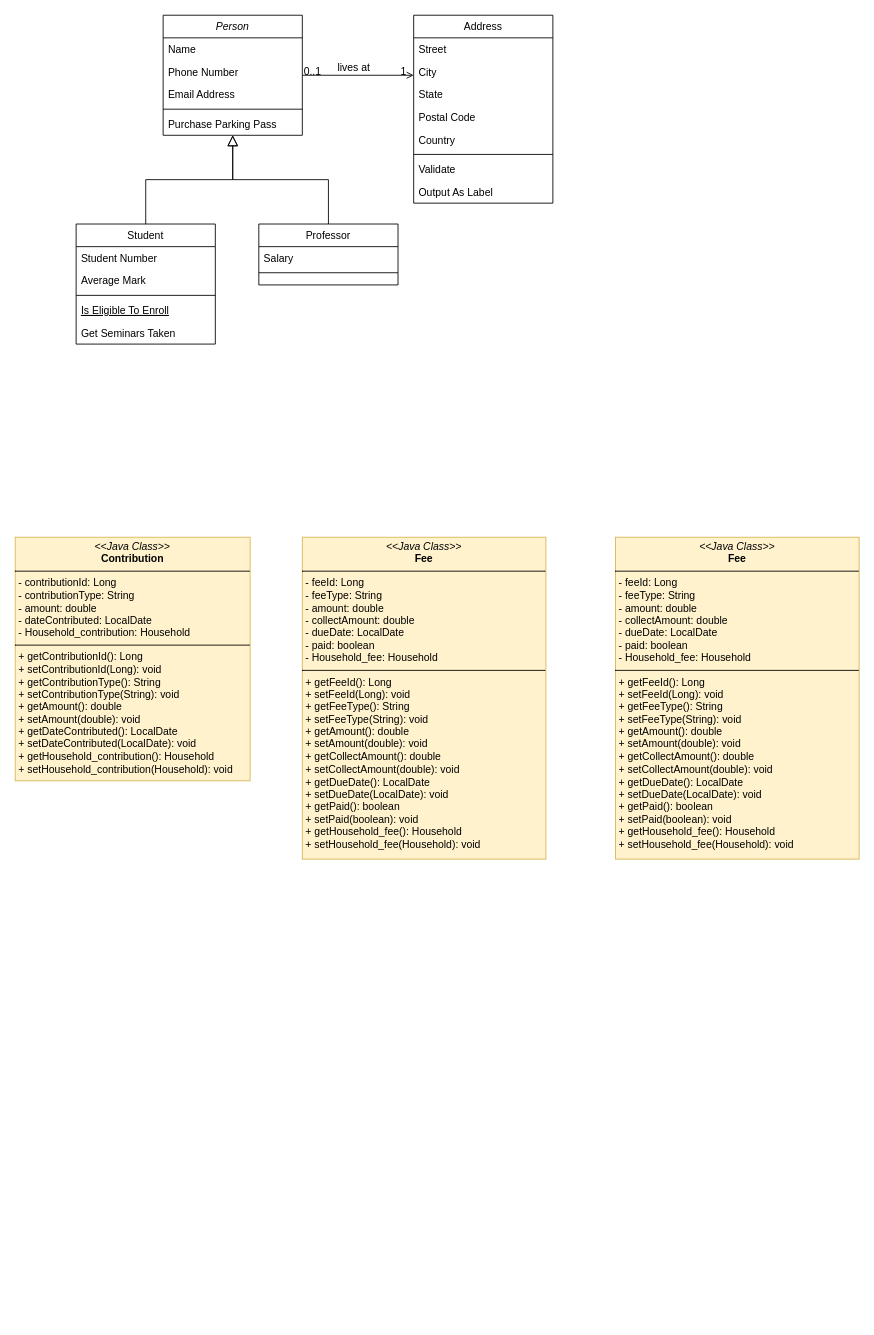
Before: classSoftware.drawio in HARKINGS/UML, a draw.io diagram. Source tidied: cells renumbered, new cells numbered last; positions are measured from the earlier drawing's top-left corner, leaving out a move shared by most shapes. Both pictures are drawn from the tidied source at 87%, with x=0, y=0 at pixel (15, 15).
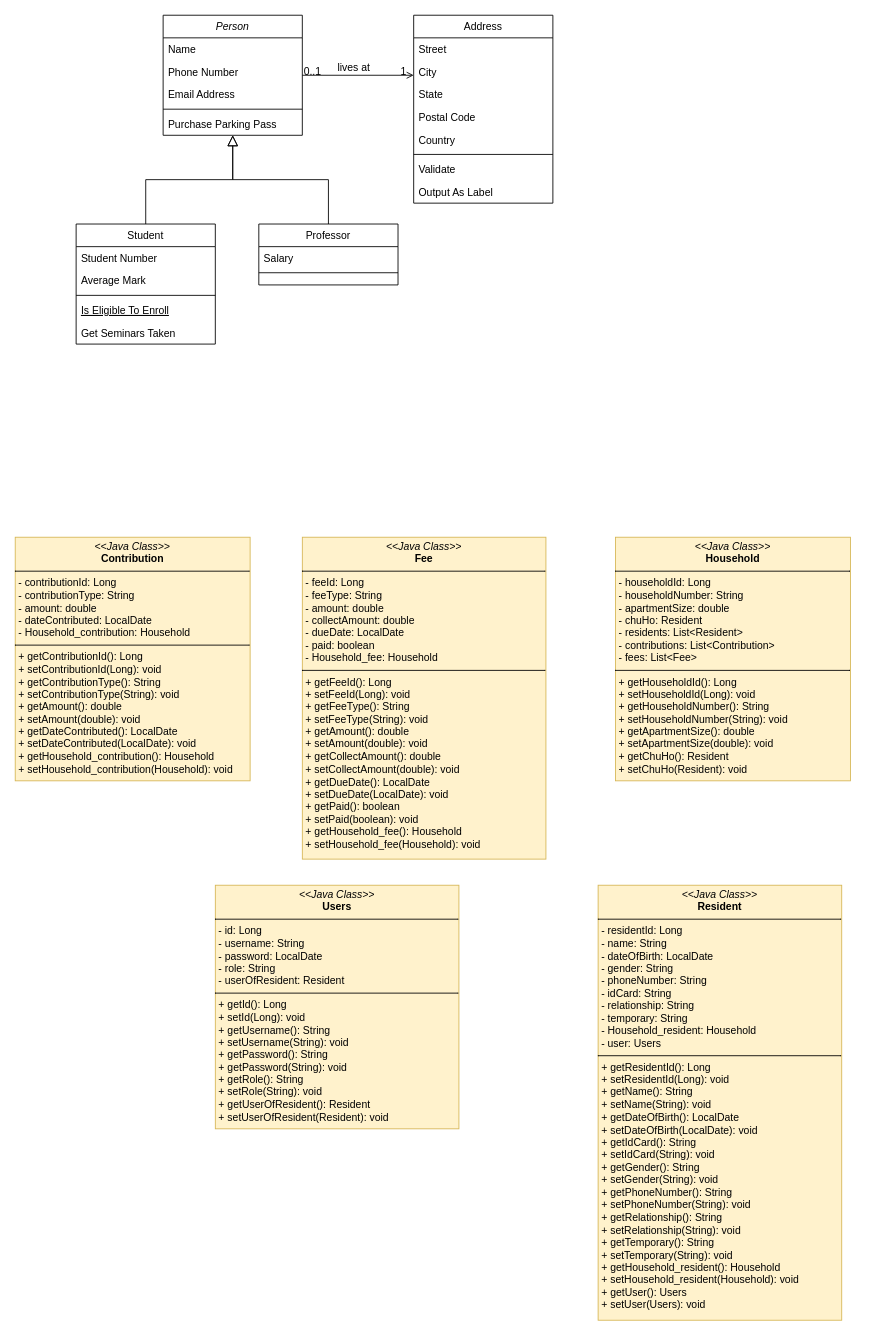
The same diagram, later.

Commit message (it also covers changes not shown here):
Cập nhật classSoftware.drawio

What changed in the source:
```diff
@@
-    <mxCell id="34" value="&lt;p style=&quot;margin:0px;margin-top:4px;text-align:center;&quot;&gt;&lt;i&gt;&amp;lt;&amp;lt;Java Class&amp;gt;&amp;gt;&lt;/i&gt;&lt;br&gt;&lt;b&gt;Fee&lt;/b&gt;&lt;/p&gt;&lt;hr size=&quot;1&quot; style=&quot;border-style:solid;&quot;&gt;&lt;p style=&quot;margin:0px;margin-left:4px;&quot;&gt;- feeId: Long&lt;br&gt;- feeType: String&lt;/p&gt;&lt;p style=&quot;margin:0px;margin-left:4px;&quot;&gt;- amount: double&lt;/p&gt;&lt;p style=&quot;margin:0px;margin-left:4px;&quot;&gt;-&amp;nbsp;collectAmount: double&lt;/p&gt;&lt;p style=&quot;margin:0px;margin-left:4px;&quot;&gt;-&amp;nbsp;dueDate: LocalDate&lt;/p&gt;&lt;p style=&quot;margin:0px;margin-left:4px;&quot;&gt;- paid: boolean&lt;/p&gt;&lt;p style=&quot;margin:0px;margin-left:4px;&quot;&gt;-&amp;nbsp;Household_fee: Household&lt;/p&gt;&lt;hr size=&quot;1&quot; style=&quot;border-style:solid;&quot;&gt;&lt;p style=&quot;margin:0px;margin-left:4px;&quot;&gt;+ getFeeId(): Long&lt;br&gt;+ setFeeId(Long): void&lt;/p&gt;&lt;p style=&quot;margin:0px;margin-left:4px;&quot;&gt;+&amp;nbsp;getFeeType(): String&lt;/p&gt;&lt;p style=&quot;margin:0px;margin-left:4px;&quot;&gt;+ setFeeType(String): void&amp;nbsp;&lt;/p&gt;&lt;p style=&quot;margin:0px;margin-left:4px;&quot;&gt;+&amp;nbsp;getAmount(): double&lt;/p&gt;&lt;p style=&quot;margin:0px;margin-left:4px;&quot;&gt;+ setAmount(double): void&lt;/p&gt;&lt;p style=&quot;margin:0px;margin-left:4px;&quot;&gt;+ getCollectAmount(): double&lt;/p&gt;&lt;p style=&quot;margin:0px;margin-left:4px;&quot;&gt;+ setCollectAmount(double): void&lt;/p&gt;&lt;p style=&quot;margin:0px;margin-left:4px;&quot;&gt;+&amp;nbsp;getDueDate(): LocalDate&lt;/p&gt;&lt;p style=&quot;margin:0px;margin-left:4px;&quot;&gt;+ setDueDate(LocalDate): void&lt;/p&gt;&lt;p style=&quot;margin:0px;margin-left:4px;&quot;&gt;+ getPaid(): boolean&lt;/p&gt;&lt;p style=&quot;margin:0px;margin-left:4px;&quot;&gt;+ setPaid(boolean): void&lt;/p&gt;&lt;p style=&quot;margin:0px;margin-left:4px;&quot;&gt;+&amp;nbsp;getHousehold_fee(): Household&lt;/p&gt;&lt;p style=&quot;margin:0px;margin-left:4px;&quot;&gt;+ setHousehold_fee(Household): void&lt;/p&gt;" style="verticalAlign=top;align=left;overflow=fill;html=1;whiteSpace=wrap;fillColor=#fff2cc;strokeColor=#d6b656;" parent="1" vertex="1">
-      <mxGeometry x="690" y="600" width="280" height="370" as="geometry" />
+    <mxCell id="34" value="&lt;p style=&quot;margin:0px;margin-top:4px;text-align:center;&quot;&gt;&lt;i&gt;&amp;lt;&amp;lt;Java Class&amp;gt;&amp;gt;&lt;/i&gt;&lt;br&gt;&lt;b&gt;Household&lt;/b&gt;&lt;/p&gt;&lt;hr size=&quot;1&quot; style=&quot;border-style:solid;&quot;&gt;&lt;p style=&quot;margin:0px;margin-left:4px;&quot;&gt;- householdId: Long&lt;br&gt;- householdNumber: String&lt;/p&gt;&lt;p style=&quot;margin:0px;margin-left:4px;&quot;&gt;- apartmentSize: double&lt;/p&gt;&lt;p style=&quot;margin:0px;margin-left:4px;&quot;&gt;-&amp;nbsp;chuHo: Resident&lt;/p&gt;&lt;p style=&quot;margin:0px;margin-left:4px;&quot;&gt;-&amp;nbsp;residents: List&amp;lt;Resident&amp;gt;&lt;/p&gt;&lt;p style=&quot;margin:0px;margin-left:4px;&quot;&gt;- contributions: List&amp;lt;Contribution&amp;gt;&lt;/p&gt;&lt;p style=&quot;margin:0px;margin-left:4px;&quot;&gt;- fees: List&amp;lt;Fee&amp;gt;&lt;/p&gt;&lt;hr size=&quot;1&quot; style=&quot;border-style:solid;&quot;&gt;&lt;p style=&quot;margin:0px;margin-left:4px;&quot;&gt;+ getHouseholdId(): Long&lt;br&gt;+ setHouseholdId(Long): void&lt;/p&gt;&lt;p style=&quot;margin:0px;margin-left:4px;&quot;&gt;+&amp;nbsp;getHouseholdNumber(): String&lt;/p&gt;&lt;p style=&quot;margin:0px;margin-left:4px;&quot;&gt;+ setHouseholdNumber(String): void&amp;nbsp;&lt;/p&gt;&lt;p style=&quot;margin:0px;margin-left:4px;&quot;&gt;+&amp;nbsp;getApartmentSize(): double&lt;/p&gt;&lt;p style=&quot;margin:0px;margin-left:4px;&quot;&gt;+ setApartmentSize(double): void&lt;/p&gt;&lt;p style=&quot;margin:0px;margin-left:4px;&quot;&gt;+ getChuHo(): Resident&lt;/p&gt;&lt;p style=&quot;margin:0px;margin-left:4px;&quot;&gt;+ setChuHo(Resident): void&amp;nbsp;&lt;/p&gt;&lt;p style=&quot;margin:0px;margin-left:4px;&quot;&gt;&lt;br&gt;&lt;/p&gt;" style="verticalAlign=top;align=left;overflow=fill;html=1;whiteSpace=wrap;fillColor=#fff2cc;strokeColor=#d6b656;" parent="1" vertex="1">
+      <mxGeometry x="690" y="600" width="270" height="280" as="geometry" />
     </mxCell>
+    <mxCell id="35" value="&lt;p style=&quot;margin:0px;margin-top:4px;text-align:center;&quot;&gt;&lt;i&gt;&amp;lt;&amp;lt;Java Class&amp;gt;&amp;gt;&lt;/i&gt;&lt;br&gt;&lt;b&gt;Resident&lt;/b&gt;&lt;/p&gt;&lt;hr size=&quot;1&quot; style=&quot;border-style:solid;&quot;&gt;&lt;p style=&quot;margin:0px;margin-left:4px;&quot;&gt;- residentId: Long&lt;br&gt;- name: String&lt;/p&gt;&lt;p style=&quot;margin:0px;margin-left:4px;&quot;&gt;- dateOfBirth: LocalDate&lt;/p&gt;&lt;p style=&quot;margin:0px;margin-left:4px;&quot;&gt;- gender: String&lt;/p&gt;&lt;p style=&quot;margin:0px;margin-left:4px;&quot;&gt;-&amp;nbsp;phoneNumber: String&lt;/p&gt;&lt;p style=&quot;margin:0px;margin-left:4px;&quot;&gt;- idCard: String&lt;/p&gt;&lt;p style=&quot;margin:0px;margin-left:4px;&quot;&gt;- relationship: String&lt;/p&gt;&lt;p style=&quot;margin:0px;margin-left:4px;&quot;&gt;- temporary: String&lt;/p&gt;&lt;p style=&quot;margin:0px;margin-left:4px;&quot;&gt;-&amp;nbsp;Household_resident: Household&lt;/p&gt;&lt;p style=&quot;margin:0px;margin-left:4px;&quot;&gt;-&amp;nbsp;user: Users&lt;/p&gt;&lt;hr size=&quot;1&quot; style=&quot;border-style:solid;&quot;&gt;&lt;p style=&quot;margin:0px;margin-left:4px;&quot;&gt;+ getResidentId(): Long&lt;br&gt;+ setResidentId(Long): void&lt;/p&gt;&lt;p style=&quot;margin:0px;margin-left:4px;&quot;&gt;+&amp;nbsp;getName(): String&lt;/p&gt;&lt;p style=&quot;margin:0px;margin-left:4px;&quot;&gt;+ setName(String): void&amp;nbsp;&lt;/p&gt;&lt;p style=&quot;margin:0px;margin-left:4px;&quot;&gt;+&amp;nbsp;getDateOfBirth(): LocalDate&lt;/p&gt;&lt;p style=&quot;margin:0px;margin-left:4px;&quot;&gt;+ setDateOfBirth(LocalDate): void&lt;/p&gt;&lt;p style=&quot;margin:0px;margin-left:4px;&quot;&gt;+ getIdCard(): String&lt;/p&gt;&lt;p style=&quot;margin:0px;margin-left:4px;&quot;&gt;+ setIdCard(String): void&amp;nbsp;&lt;/p&gt;&lt;p style=&quot;margin:0px;margin-left:4px;&quot;&gt;+&amp;nbsp;getGender(): String&lt;/p&gt;&lt;p style=&quot;margin:0px;margin-left:4px;&quot;&gt;+ setGender(String): void&lt;/p&gt;&lt;p style=&quot;margin:0px;margin-left:4px;&quot;&gt;+ getPhoneNumber(): String&lt;/p&gt;&lt;p style=&quot;margin:0px;margin-left:4px;&quot;&gt;+ setPhoneNumber(String): void&lt;/p&gt;&lt;p style=&quot;margin:0px;margin-left:4px;&quot;&gt;+&amp;nbsp;getRelationship(): String&lt;/p&gt;&lt;p style=&quot;margin:0px;margin-left:4px;&quot;&gt;+ setRelationship(String): void&lt;/p&gt;&lt;p style=&quot;margin:0px;margin-left:4px;&quot;&gt;+&amp;nbsp;getTemporary(): String&lt;/p&gt;&lt;p style=&quot;margin:0px;margin-left:4px;&quot;&gt;+ setTemporary(String): void&lt;/p&gt;&lt;p style=&quot;margin:0px;margin-left:4px;&quot;&gt;+&amp;nbsp;getHousehold_resident(): Household&lt;/p&gt;&lt;p style=&quot;margin:0px;margin-left:4px;&quot;&gt;+ setHousehold_resident(Household): void&lt;/p&gt;&lt;p style=&quot;margin:0px;margin-left:4px;&quot;&gt;+&amp;nbsp;getUser(): Users&lt;/p&gt;&lt;p style=&quot;margin:0px;margin-left:4px;&quot;&gt;+ setUser(Users): void&lt;/p&gt;&lt;p style=&quot;margin:0px;margin-left:4px;&quot;&gt;&lt;br&gt;&lt;/p&gt;&lt;p style=&quot;margin:0px;margin-left:4px;&quot;&gt;&lt;br&gt;&lt;/p&gt;" style="verticalAlign=top;align=left;overflow=fill;html=1;whiteSpace=wrap;fillColor=#fff2cc;strokeColor=#d6b656;" parent="1" vertex="1">
+      <mxGeometry x="670" y="1000" width="280" height="500" as="geometry" />
+    </mxCell>
+    <mxCell id="36" value="&lt;p style=&quot;margin:0px;margin-top:4px;text-align:center;&quot;&gt;&lt;i&gt;&amp;lt;&amp;lt;Java Class&amp;gt;&amp;gt;&lt;/i&gt;&lt;br&gt;&lt;b&gt;Users&lt;/b&gt;&lt;/p&gt;&lt;hr size=&quot;1&quot; style=&quot;border-style:solid;&quot;&gt;&lt;p style=&quot;margin:0px;margin-left:4px;&quot;&gt;- id: Long&lt;br&gt;- username: String&lt;/p&gt;&lt;p style=&quot;margin:0px;margin-left:4px;&quot;&gt;- password: LocalDate&lt;/p&gt;&lt;p style=&quot;margin:0px;margin-left:4px;&quot;&gt;- role: String&lt;/p&gt;&lt;p style=&quot;margin:0px;margin-left:4px;&quot;&gt;-&amp;nbsp;userOfResident: Resident&lt;br&gt;&lt;/p&gt;&lt;hr size=&quot;1&quot; style=&quot;border-style:solid;&quot;&gt;&lt;p style=&quot;margin:0px;margin-left:4px;&quot;&gt;+ getId(): Long&lt;br&gt;+ setId(Long): void&lt;/p&gt;&lt;p style=&quot;margin:0px;margin-left:4px;&quot;&gt;+&amp;nbsp;getUsername(): String&lt;/p&gt;&lt;p style=&quot;margin:0px;margin-left:4px;&quot;&gt;+ setUsername(String): void&amp;nbsp;&lt;/p&gt;&lt;p style=&quot;margin:0px;margin-left:4px;&quot;&gt;+&amp;nbsp;getPassword(): String&lt;/p&gt;&lt;p style=&quot;margin:0px;margin-left:4px;&quot;&gt;+ getPassword(String): void&lt;/p&gt;&lt;p style=&quot;margin:0px;margin-left:4px;&quot;&gt;+ getRole(): String&lt;/p&gt;&lt;p style=&quot;margin:0px;margin-left:4px;&quot;&gt;+ setRole(String): void&amp;nbsp;&lt;/p&gt;&lt;p style=&quot;margin:0px;margin-left:4px;&quot;&gt;+&amp;nbsp;getUserOfResident(): Resident&lt;/p&gt;&lt;p style=&quot;margin:0px;margin-left:4px;&quot;&gt;+ setUserOfResident(Resident): void&lt;/p&gt;&lt;p style=&quot;margin:0px;margin-left:4px;&quot;&gt;&lt;br&gt;&lt;/p&gt;" style="verticalAlign=top;align=left;overflow=fill;html=1;whiteSpace=wrap;fillColor=#fff2cc;strokeColor=#d6b656;" parent="1" vertex="1">
+      <mxGeometry x="230" y="1000" width="280" height="280" as="geometry" />
+    </mxCell>
```
